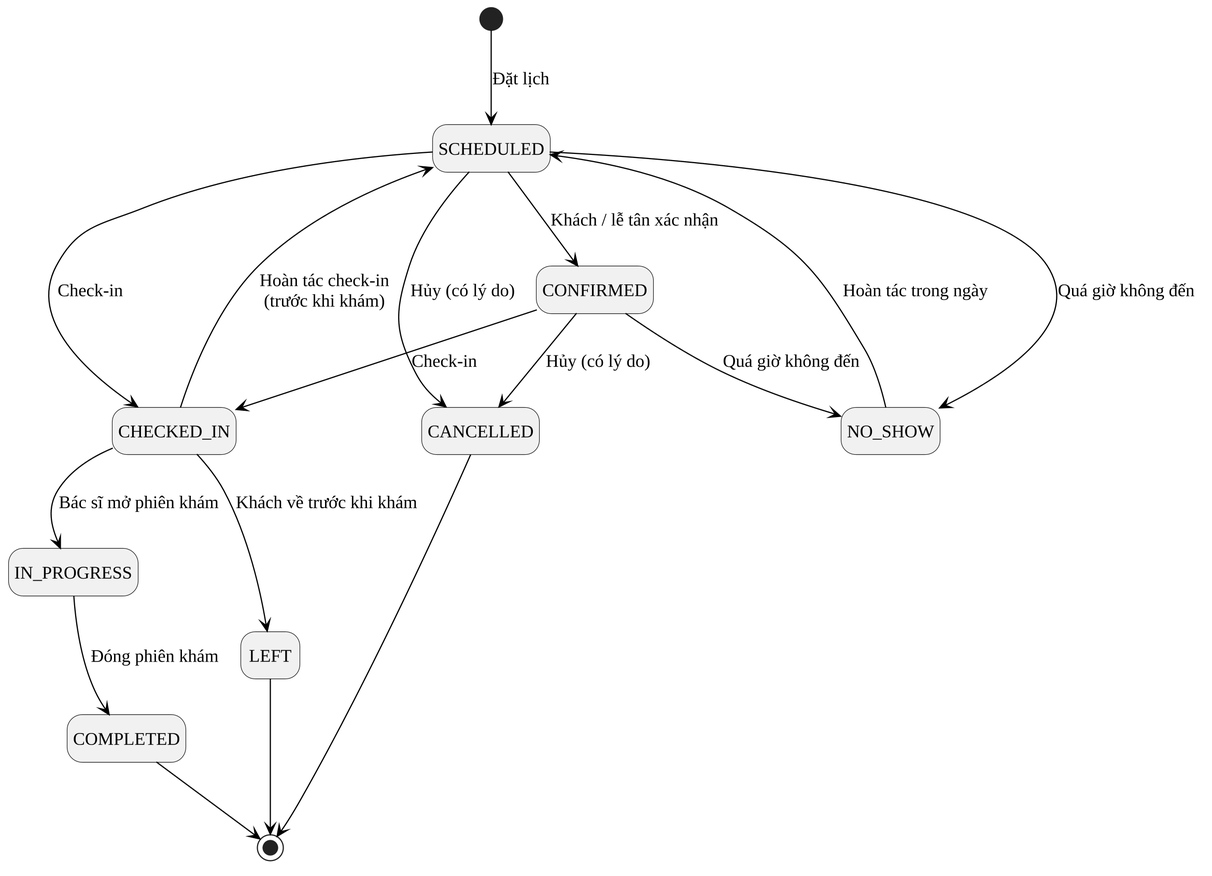
The PlantUML diagram docs/10_Thesis/bao-cao/hinh/3-6-trang-thai-lich-hen.png in Trantuan0310/dental-clinic-nestjs-react, before a commit.
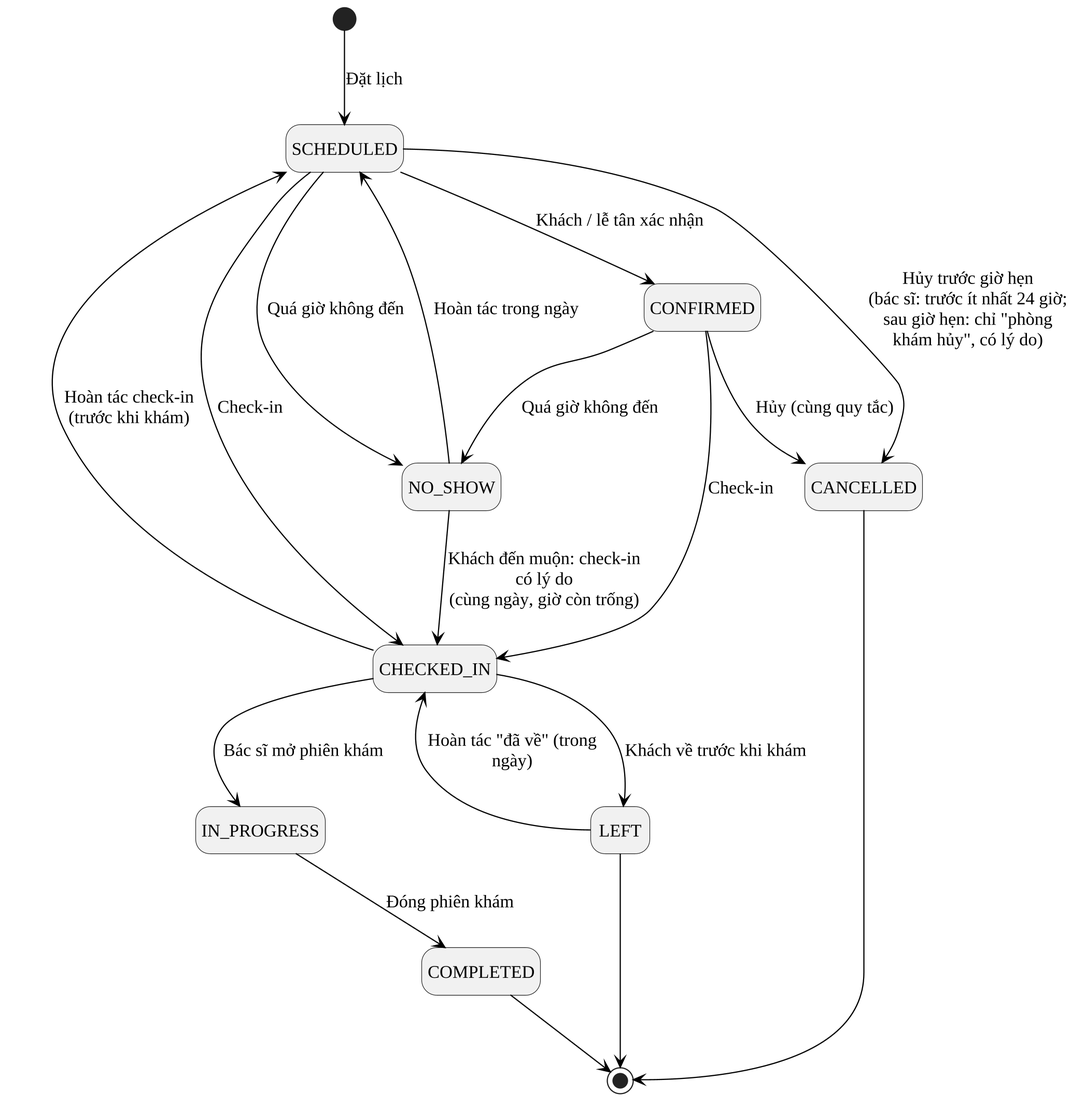
After the commit.

Diff of the diagram source:
```diff
@@ -9,11 +9,13 @@
 CHECKED_IN --> IN_PROGRESS : Bác sĩ mở phiên khám
 CHECKED_IN --> LEFT : Khách về trước khi khám
 IN_PROGRESS --> COMPLETED : Đóng phiên khám
-SCHEDULED --> CANCELLED : Hủy (có lý do)
-CONFIRMED --> CANCELLED : Hủy (có lý do)
+SCHEDULED --> CANCELLED : Hủy trước giờ hẹn\n(bác sĩ: trước ít nhất 24 giờ;\nsau giờ hẹn: chỉ "phòng khám hủy", có lý do)
+CONFIRMED --> CANCELLED : Hủy (cùng quy tắc)
 SCHEDULED --> NO_SHOW : Quá giờ không đến
 CONFIRMED --> NO_SHOW : Quá giờ không đến
 NO_SHOW --> SCHEDULED : Hoàn tác trong ngày
+NO_SHOW --> CHECKED_IN : Khách đến muộn: check-in có lý do\n(cùng ngày, giờ còn trống)
+LEFT --> CHECKED_IN : Hoàn tác "đã về" (trong ngày)
 COMPLETED --> [*]
 CANCELLED --> [*]
 LEFT --> [*]
```
